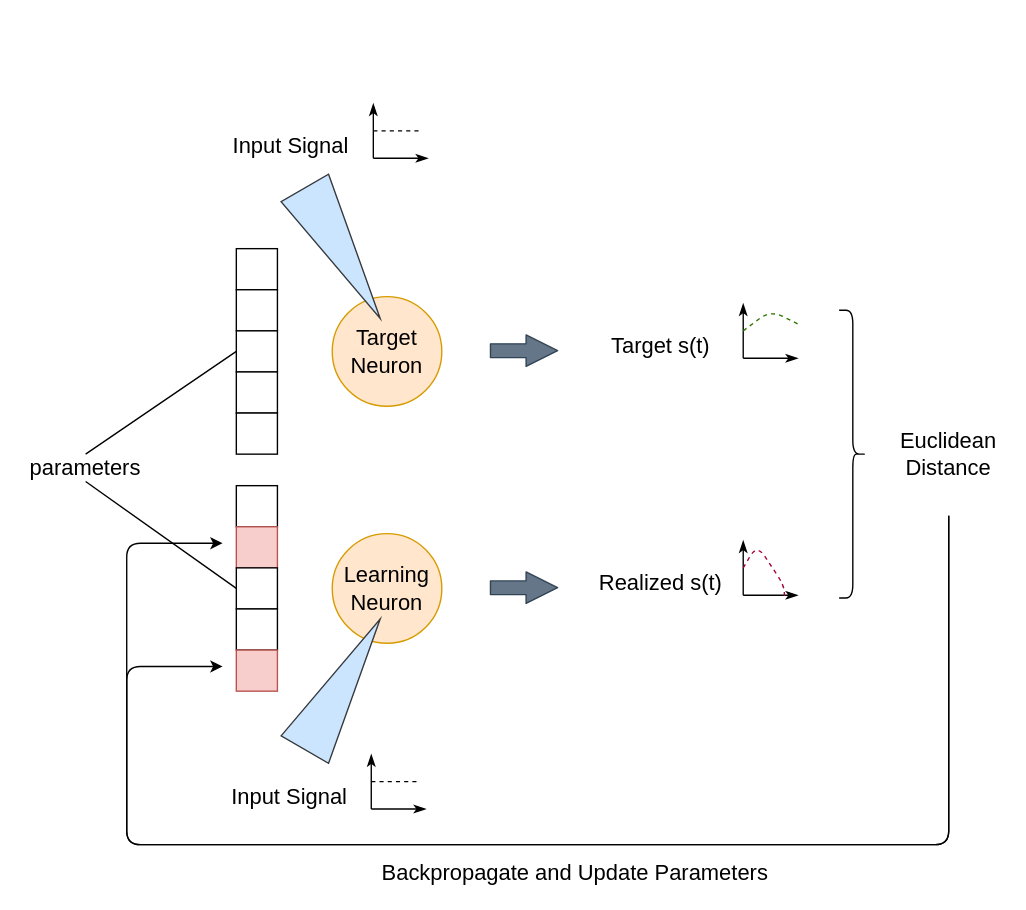
AllenInstitute/GLIFS_ASC keeps this draw.io diagram as models/results/paper_figures/part_1_schematic.drawio. Above is the earlier version. Source tidied: cells renumbered, new cells numbered last; positions are measured from the earlier drawing's top-left corner, leaving out a move shared by most shapes. Both pictures are drawn from the tidied source at 137%, with x=0, y=0 at pixel (58, 103).
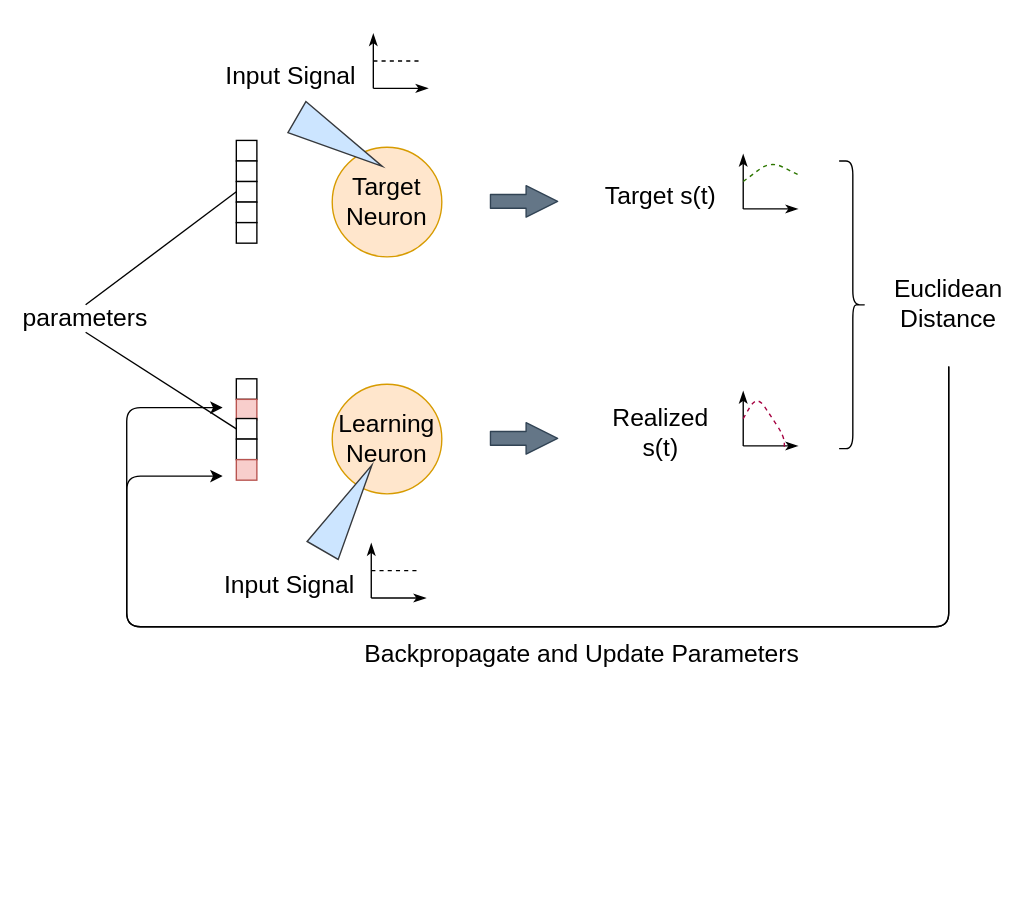
The same diagram, later.

Change to the diagram source:
```diff
@@
     <mxCell id="2" style="ellipse;whiteSpace=wrap;html=1;fillColor=#ffe6cc;strokeColor=#d79b00;" parent="1" vertex="1">
-      <mxGeometry x="200" y="141" width="80" height="80" as="geometry" />
+      <mxGeometry x="200" y="32" width="80" height="80" as="geometry" />
     </mxCell>
     <mxCell id="3" style="ellipse;whiteSpace=wrap;html=1;fillColor=#ffe6cc;strokeColor=#d79b00;" parent="1" vertex="1">
-      <mxGeometry x="200" y="314" width="80" height="80" as="geometry" />
+      <mxGeometry x="200" y="205" width="80" height="80" as="geometry" />
     </mxCell>
-    <mxCell id="4" value="&lt;font style=&quot;font-size: 16px&quot;&gt;Target Neuron&lt;/font&gt;" style="text;html=1;strokeColor=none;fillColor=none;align=center;verticalAlign=middle;whiteSpace=wrap;rounded=0;" parent="1" vertex="1">
-      <mxGeometry x="210" y="146" width="60" height="70" as="geometry" />
+    <mxCell id="4" value="&lt;font style=&quot;font-size: 18px;&quot;&gt;Target Neuron&lt;/font&gt;" style="text;html=1;strokeColor=none;fillColor=none;align=center;verticalAlign=middle;whiteSpace=wrap;rounded=0;fontSize=18;" parent="1" vertex="1">
+      <mxGeometry x="210" y="37" width="60" height="70" as="geometry" />
     </mxCell>
-    <mxCell id="5" value="&lt;font style=&quot;font-size: 16px&quot;&gt;Learning Neuron&lt;/font&gt;" style="text;html=1;strokeColor=none;fillColor=none;align=center;verticalAlign=middle;whiteSpace=wrap;rounded=0;" parent="1" vertex="1">
-      <mxGeometry x="210" y="319" width="60" height="70" as="geometry" />
+    <mxCell id="5" value="&lt;font style=&quot;font-size: 18px;&quot;&gt;Learning Neuron&lt;/font&gt;" style="text;html=1;strokeColor=none;fillColor=none;align=center;verticalAlign=middle;whiteSpace=wrap;rounded=0;fontSize=18;" parent="1" vertex="1">
+      <mxGeometry x="210" y="210" width="60" height="70" as="geometry" />
     </mxCell>
     <mxCell id="6" style="rounded=0;whiteSpace=wrap;html=1;" parent="1" vertex="1">
-      <mxGeometry x="130" y="106" width="30" height="30" as="geometry" />
+      <mxGeometry x="130" y="27" width="15" height="15" as="geometry" />
     </mxCell>
     <mxCell id="7" style="rounded=0;whiteSpace=wrap;html=1;" parent="1" vertex="1">
-      <mxGeometry x="130" y="136" width="30" height="30" as="geometry" />
+      <mxGeometry x="130" y="42" width="15" height="15" as="geometry" />
     </mxCell>
     <mxCell id="8" style="rounded=0;whiteSpace=wrap;html=1;" parent="1" vertex="1">
-      <mxGeometry x="130" y="166" width="30" height="30" as="geometry" />
+      <mxGeometry x="130" y="57" width="15" height="15" as="geometry" />
     </mxCell>
     <mxCell id="9" style="rounded=0;whiteSpace=wrap;html=1;" parent="1" vertex="1">
-      <mxGeometry x="130" y="196" width="30" height="30" as="geometry" />
+      <mxGeometry x="130" y="72" width="15" height="15" as="geometry" />
     </mxCell>
     <mxCell id="10" style="rounded=0;whiteSpace=wrap;html=1;" parent="1" vertex="1">
-      <mxGeometry x="130" y="226" width="30" height="30" as="geometry" />
+      <mxGeometry x="130" y="87" width="15" height="15" as="geometry" />
     </mxCell>
     <mxCell id="11" style="rounded=0;whiteSpace=wrap;html=1;" parent="1" vertex="1">
-      <mxGeometry x="130" y="279" width="30" height="30" as="geometry" />
+      <mxGeometry x="130" y="201" width="15" height="15" as="geometry" />
     </mxCell>
     <mxCell id="12" style="rounded=0;whiteSpace=wrap;html=1;fillColor=#f8cecc;strokeColor=#b85450;" parent="1" vertex="1">
-      <mxGeometry x="130" y="309" width="30" height="30" as="geometry" />
+      <mxGeometry x="130" y="216" width="15" height="15" as="geometry" />
     </mxCell>
     <mxCell id="13" style="rounded=0;whiteSpace=wrap;html=1;" parent="1" vertex="1">
-      <mxGeometry x="130" y="339" width="30" height="30" as="geometry" />
+      <mxGeometry x="130" y="230" width="15" height="15" as="geometry" />
     </mxCell>
     <mxCell id="14" style="rounded=0;whiteSpace=wrap;html=1;" parent="1" vertex="1">
-      <mxGeometry x="130" y="369" width="30" height="30" as="geometry" />
+      <mxGeometry x="130" y="245" width="15" height="15" as="geometry" />
     </mxCell>
     <mxCell id="15" style="rounded=0;whiteSpace=wrap;html=1;fillColor=#f8cecc;strokeColor=#b85450;" parent="1" vertex="1">
-      <mxGeometry x="130" y="399" width="30" height="30" as="geometry" />
+      <mxGeometry x="130" y="260" width="15" height="15" as="geometry" />
     </mxCell>
-    <mxCell id="16" value="&lt;font style=&quot;font-size: 16px&quot;&gt;parameters&lt;/font&gt;" style="text;html=1;strokeColor=none;fillColor=none;align=center;verticalAlign=middle;whiteSpace=wrap;rounded=0;" parent="1" vertex="1">
-      <mxGeometry y="256" width="40" height="20" as="geometry" />
+    <mxCell id="16" value="&lt;font style=&quot;font-size: 18px;&quot;&gt;parameters&lt;/font&gt;" style="text;html=1;strokeColor=none;fillColor=none;align=center;verticalAlign=middle;whiteSpace=wrap;rounded=0;fontSize=18;" parent="1" vertex="1">
+      <mxGeometry y="147" width="40" height="20" as="geometry" />
     </mxCell>
@@
-    <mxCell id="19" style="triangle;whiteSpace=wrap;html=1;rotation=60;fillColor=#cce5ff;strokeColor=#36393d;" parent="1" vertex="1">
-      <mxGeometry x="152.5" y="89.3" width="110" height="40" as="geometry" />
-    </mxCell>
-    <mxCell id="20" value="Input Signal" style="text;html=1;strokeColor=none;fillColor=none;align=center;verticalAlign=middle;whiteSpace=wrap;rounded=0;fontSize=16;" parent="1" vertex="1">
-      <mxGeometry x="120" y="21" width="100" height="20" as="geometry" />
+    <mxCell id="20" value="Input Signal" style="text;html=1;strokeColor=none;fillColor=none;align=center;verticalAlign=middle;whiteSpace=wrap;rounded=0;fontSize=18;" parent="1" vertex="1">
+      <mxGeometry x="120" y="-30" width="100" height="20" as="geometry" />
     </mxCell>
     <mxCell id="21" style="endArrow=none;html=1;fontSize=16;startArrow=classicThin;startFill=1;" parent="1" edge="1">
       <mxGeometry relative="1" as="geometry">
-        <mxPoint x="230" as="sourcePoint" />
-        <mxPoint x="230" y="40" as="targetPoint" />
+        <mxPoint x="230" y="-51" as="sourcePoint" />
+        <mxPoint x="230" y="-11" as="targetPoint" />
       </mxGeometry>
     </mxCell>
     <mxCell id="22" style="endArrow=none;html=1;fontSize=16;startArrow=classicThin;startFill=1;" parent="1" edge="1">
       <mxGeometry relative="1" as="geometry">
-        <mxPoint x="270" y="40" as="sourcePoint" />
-        <mxPoint x="230" y="40" as="targetPoint" />
+        <mxPoint x="270" y="-11" as="sourcePoint" />
+        <mxPoint x="230" y="-11" as="targetPoint" />
       </mxGeometry>
     </mxCell>
     <mxCell id="23" style="endArrow=none;dashed=1;html=1;fontSize=16;" parent="1" edge="1">
       <mxGeometry relative="1" as="geometry">
-        <mxPoint x="230" y="20" as="sourcePoint" />
-        <mxPoint x="265" y="20" as="targetPoint" />
+        <mxPoint x="230" y="-31" as="sourcePoint" />
+        <mxPoint x="265" y="-31" as="targetPoint" />
       </mxGeometry>
     </mxCell>
     <mxCell id="24" style="triangle;whiteSpace=wrap;html=1;rotation=30;direction=north;fillColor=#cce5ff;strokeColor=#36393d;" parent="1" vertex="1">
-      <mxGeometry x="187.5" y="369" width="40" height="110" as="geometry" />
+      <mxGeometry x="197.9" y="259.1" width="26.2" height="72" as="geometry" />
     </mxCell>
-    <mxCell id="25" value="Input Signal" style="text;html=1;strokeColor=none;fillColor=none;align=center;verticalAlign=middle;whiteSpace=wrap;rounded=0;fontSize=16;" parent="1" vertex="1">
-      <mxGeometry x="118.5" y="496" width="100" height="20" as="geometry" />
+    <mxCell id="25" value="Input Signal" style="text;html=1;strokeColor=none;fillColor=none;align=center;verticalAlign=middle;whiteSpace=wrap;rounded=0;fontSize=18;" parent="1" vertex="1">
+      <mxGeometry x="118.5" y="342" width="100" height="20" as="geometry" />
     </mxCell>
     <mxCell id="26" style="endArrow=none;html=1;fontSize=16;startArrow=classicThin;startFill=1;" parent="1" edge="1">
       <mxGeometry relative="1" as="geometry">
-        <mxPoint x="228.5" y="475" as="sourcePoint" />
-        <mxPoint x="228.5" y="515" as="targetPoint" />
+        <mxPoint x="228.5" y="321" as="sourcePoint" />
+        <mxPoint x="228.5" y="361" as="targetPoint" />
       </mxGeometry>
     </mxCell>
     <mxCell id="27" style="endArrow=none;html=1;fontSize=16;startArrow=classicThin;startFill=1;" parent="1" edge="1">
       <mxGeometry relative="1" as="geometry">
-        <mxPoint x="268.5" y="515" as="sourcePoint" />
-        <mxPoint x="228.5" y="515" as="targetPoint" />
+        <mxPoint x="268.5" y="361" as="sourcePoint" />
+        <mxPoint x="228.5" y="361" as="targetPoint" />
       </mxGeometry>
     </mxCell>
     <mxCell id="28" style="endArrow=none;dashed=1;html=1;fontSize=16;" parent="1" edge="1">
       <mxGeometry relative="1" as="geometry">
-        <mxPoint x="228.5" y="495" as="sourcePoint" />
-        <mxPoint x="263.5" y="495" as="targetPoint" />
+        <mxPoint x="228.5" y="341" as="sourcePoint" />
+        <mxPoint x="263.5" y="341" as="targetPoint" />
       </mxGeometry>
     </mxCell>
     <mxCell id="29" style="shape=flexArrow;endArrow=classic;html=1;fontSize=16;strokeWidth=1;endWidth=12;endSize=7.33;fillColor=#647687;strokeColor=#314354;" parent="1" edge="1">
       <mxGeometry relative="1" as="geometry">
-        <mxPoint x="315" y="180.5" as="sourcePoint" />
-        <mxPoint x="365" y="180.5" as="targetPoint" />
+        <mxPoint x="315" y="71.5" as="sourcePoint" />
+        <mxPoint x="365" y="71.5" as="targetPoint" />
       </mxGeometry>
     </mxCell>
     <mxCell id="30" style="shape=flexArrow;endArrow=classic;html=1;fontSize=16;strokeWidth=1;endWidth=12;endSize=7.33;fillColor=#647687;strokeColor=#314354;" parent="1" edge="1">
       <mxGeometry relative="1" as="geometry">
-        <mxPoint x="315" y="353.5" as="sourcePoint" />
-        <mxPoint x="365" y="353.5" as="targetPoint" />
+        <mxPoint x="315" y="244.5" as="sourcePoint" />
+        <mxPoint x="365" y="244.5" as="targetPoint" />
       </mxGeometry>
     </mxCell>
-    <mxCell id="31" value="Target s(t)" style="text;html=1;strokeColor=none;fillColor=none;align=center;verticalAlign=middle;whiteSpace=wrap;rounded=0;fontSize=16;" parent="1" vertex="1">
-      <mxGeometry x="390" y="167" width="100" height="20" as="geometry" />
+    <mxCell id="31" value="Target s(t)" style="text;html=1;strokeColor=none;fillColor=none;align=center;verticalAlign=middle;whiteSpace=wrap;rounded=0;fontSize=18;" parent="1" vertex="1">
+      <mxGeometry x="390" y="58" width="100" height="20" as="geometry" />
     </mxCell>
     <mxCell id="32" style="endArrow=none;html=1;fontSize=16;startArrow=classicThin;startFill=1;" parent="1" edge="1">
       <mxGeometry relative="1" as="geometry">
-        <mxPoint x="500" y="146" as="sourcePoint" />
-        <mxPoint x="500" y="186" as="targetPoint" />
+        <mxPoint x="500" y="37" as="sourcePoint" />
+        <mxPoint x="500" y="77" as="targetPoint" />
       </mxGeometry>
     </mxCell>
     <mxCell id="33" style="endArrow=none;html=1;fontSize=16;startArrow=classicThin;startFill=1;" parent="1" edge="1">
       <mxGeometry relative="1" as="geometry">
-        <mxPoint x="540" y="186" as="sourcePoint" />
-        <mxPoint x="500" y="186" as="targetPoint" />
+        <mxPoint x="540" y="77" as="sourcePoint" />
+        <mxPoint x="500" y="77" as="targetPoint" />
       </mxGeometry>
     </mxCell>
     <mxCell id="34" style="endArrow=none;dashed=1;html=1;fontSize=16;fillColor=#60a917;strokeColor=#2D7600;" parent="1" edge="1">
       <mxGeometry relative="1" as="geometry">
-        <mxPoint x="500" y="166" as="sourcePoint" />
-        <mxPoint x="540" y="161" as="targetPoint" />
+        <mxPoint x="500" y="57" as="sourcePoint" />
+        <mxPoint x="540" y="52" as="targetPoint" />
         <Array as="points">
-          <mxPoint x="520" y="151" />
+          <mxPoint x="520" y="42" />
         </Array>
       </mxGeometry>
     </mxCell>
-    <mxCell id="35" value="Realized s(t)" style="text;html=1;strokeColor=none;fillColor=none;align=center;verticalAlign=middle;whiteSpace=wrap;rounded=0;fontSize=16;" parent="1" vertex="1">
-      <mxGeometry x="390" y="340" width="100" height="20" as="geometry" />
+    <mxCell id="35" value="Realized s(t)" style="text;html=1;strokeColor=none;fillColor=none;align=center;verticalAlign=middle;whiteSpace=wrap;rounded=0;fontSize=18;" parent="1" vertex="1">
+      <mxGeometry x="390" y="231" width="100" height="20" as="geometry" />
     </mxCell>
     <mxCell id="36" style="endArrow=none;html=1;fontSize=16;startArrow=classicThin;startFill=1;" parent="1" edge="1">
       <mxGeometry relative="1" as="geometry">
-        <mxPoint x="500" y="319" as="sourcePoint" />
-        <mxPoint x="500" y="359" as="targetPoint" />
+        <mxPoint x="500" y="210" as="sourcePoint" />
+        <mxPoint x="500" y="250" as="targetPoint" />
       </mxGeometry>
     </mxCell>
     <mxCell id="37" style="endArrow=none;html=1;fontSize=16;startArrow=classicThin;startFill=1;" parent="1" edge="1">
       <mxGeometry relative="1" as="geometry">
-        <mxPoint x="540" y="359" as="sourcePoint" />
-        <mxPoint x="500" y="359" as="targetPoint" />
+        <mxPoint x="540" y="250" as="sourcePoint" />
+        <mxPoint x="500" y="250" as="targetPoint" />
       </mxGeometry>
     </mxCell>
     <mxCell id="38" style="endArrow=none;dashed=1;html=1;fontSize=16;fillColor=#d80073;strokeColor=#A50040;" parent="1" edge="1">
       <mxGeometry relative="1" as="geometry">
-        <mxPoint x="500" y="339" as="sourcePoint" />
-        <mxPoint x="530" y="362" as="targetPoint" />
+        <mxPoint x="500" y="230" as="sourcePoint" />
+        <mxPoint x="530" y="253" as="targetPoint" />
         <Array as="points">
-          <mxPoint x="510" y="322" />
-          <mxPoint x="530" y="352" />
+          <mxPoint x="510" y="213" />
+          <mxPoint x="530" y="243" />
         </Array>
       </mxGeometry>
     </mxCell>
     <mxCell id="39" style="shape=curlyBracket;whiteSpace=wrap;html=1;rounded=1;flipH=1;fontSize=16;" parent="1" vertex="1">
-      <mxGeometry x="570" y="151" width="20" height="210" as="geometry" />
+      <mxGeometry x="570" y="42" width="20" height="210" as="geometry" />
     </mxCell>
-    <mxCell id="40" value="Euclidean Distance" style="text;html=1;strokeColor=none;fillColor=none;align=center;verticalAlign=middle;whiteSpace=wrap;rounded=0;fontSize=16;" parent="1" vertex="1">
-      <mxGeometry x="630" y="246" width="40" height="20" as="geometry" />
+    <mxCell id="40" value="Euclidean Distance" style="text;html=1;strokeColor=none;fillColor=none;align=center;verticalAlign=middle;whiteSpace=wrap;rounded=0;fontSize=18;" parent="1" vertex="1">
+      <mxGeometry x="630" y="137" width="40" height="20" as="geometry" />
     </mxCell>
     <mxCell id="41" style="edgeStyle=segmentEdgeStyle;endArrow=classic;html=1;fontSize=16;strokeWidth=1;" parent="1" edge="1">
       <mxGeometry relative="1" as="geometry">
-        <mxPoint x="650" y="301" as="sourcePoint" />
-        <mxPoint x="120" y="411" as="targetPoint" />
+        <mxPoint x="650" y="192" as="sourcePoint" />
+        <mxPoint x="120" y="272" as="targetPoint" />
         <Array as="points">
-          <mxPoint x="650" y="541" />
-          <mxPoint x="50" y="541" />
-          <mxPoint x="50" y="411" />
+          <mxPoint x="650" y="382" />
+          <mxPoint x="50" y="382" />
+          <mxPoint x="50" y="272" />
         </Array>
       </mxGeometry>
     </mxCell>
     <mxCell id="42" style="edgeStyle=segmentEdgeStyle;endArrow=classic;html=1;fontSize=16;strokeWidth=1;" parent="1" edge="1">
       <mxGeometry relative="1" as="geometry">
-        <mxPoint x="650" y="301" as="sourcePoint" />
-        <mxPoint x="120" y="321" as="targetPoint" />
+        <mxPoint x="650" y="192" as="sourcePoint" />
+        <mxPoint x="120" y="222" as="targetPoint" />
         <Array as="points">
-          <mxPoint x="650" y="541" />
-          <mxPoint x="50" y="541" />
-          <mxPoint x="50" y="321" />
+          <mxPoint x="650" y="382" />
+          <mxPoint x="50" y="382" />
+          <mxPoint x="50" y="222" />
         </Array>
       </mxGeometry>
     </mxCell>
-    <mxCell id="43" value="Backpropagate and Update Parameters" style="text;html=1;strokeColor=none;fillColor=none;align=center;verticalAlign=middle;whiteSpace=wrap;rounded=0;fontSize=16;" parent="1" vertex="1">
-      <mxGeometry x="230" y="551" width="295" height="20" as="geometry" />
+    <mxCell id="43" value="Backpropagate and Update Parameters" style="text;html=1;strokeColor=none;fillColor=none;align=center;verticalAlign=middle;whiteSpace=wrap;rounded=0;fontSize=18;" parent="1" vertex="1">
+      <mxGeometry x="210" y="392" width="345" height="20" as="geometry" />
     </mxCell>
+    <mxCell id="44" style="triangle;whiteSpace=wrap;html=1;rotation=120;direction=north;fillColor=#cce5ff;strokeColor=#36393d;" parent="1" vertex="1">
+      <mxGeometry x="192.3" y="-8" width="26.2" height="72" as="geometry" />
+    </mxCell>
```
